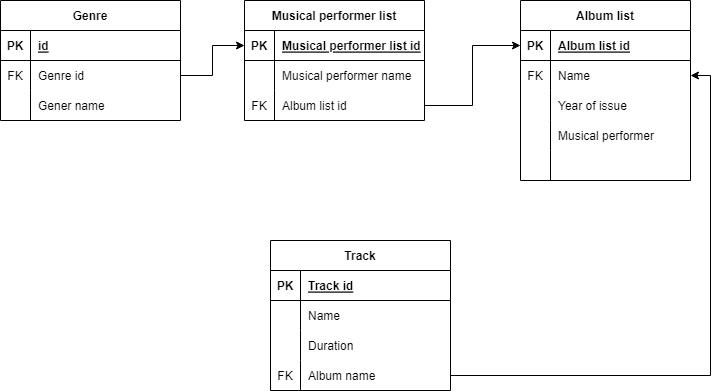
Earlier version of the draw.io export Music site.drawio.png (VadimRoziznan/Music-site). Source tidied: cells renumbered, new cells last; positions are measured from the earlier drawing's top-left corner, leaving out a move shared by most shapes.
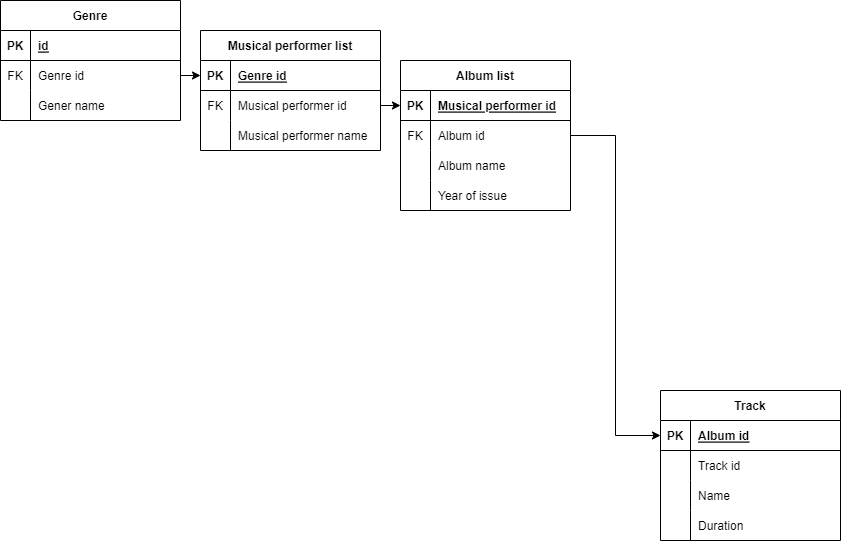
Above is the later version.

Change to the diagram source:
```diff
@@ -3,7 +3,7 @@
     <mxCell id="0" />
     <mxCell id="1" parent="0" />
     <mxCell id="2" value="Genre" style="shape=table;startSize=30;rowLines=0;fontStyle=1;align=center;" parent="1" vertex="1">
-      <mxGeometry width="180" height="120" as="geometry" />
+      <mxGeometry x="-80" width="180" height="120" as="geometry" />
     </mxCell>
     <mxCell id="3" style="shape=tableRow;horizontal=0;startSize=0;swimlaneHead=0;swimlaneBody=0;fillColor=none;top=0;left=0;right=0;bottom=1;" parent="2" vertex="1">
       <mxGeometry y="30" width="180" height="30" as="geometry" />
@@ -33,7 +33,7 @@
       <mxGeometry x="30" width="150" height="30" as="geometry" />
     </mxCell>
     <mxCell id="12" value="Musical performer list" style="shape=table;startSize=30;rowLines=0;fontStyle=1;align=center;strokeColor=default;fontFamily=Helvetica;fontSize=12;fontColor=default;fillColor=none;" parent="1" vertex="1">
-      <mxGeometry x="244" width="180" height="120" as="geometry" />
+      <mxGeometry x="120" y="30" width="180" height="120" as="geometry" />
     </mxCell>
     <mxCell id="13" style="shape=tableRow;horizontal=0;startSize=0;swimlaneHead=0;swimlaneBody=0;fillColor=none;points=[[0,0.5],[1,0.5]];portConstraint=eastwest;top=0;left=0;right=0;bottom=1;strokeColor=default;fontFamily=Helvetica;fontSize=12;fontColor=default;" parent="12" vertex="1">
       <mxGeometry y="30" width="180" height="30" as="geometry" />
@@ -41,29 +41,29 @@
     <mxCell id="14" value="PK" style="shape=partialRectangle;fillColor=none;top=0;left=0;bottom=0;right=0;fontStyle=1;overflow=hidden;strokeColor=default;fontFamily=Helvetica;fontSize=12;fontColor=default;" parent="13" vertex="1">
       <mxGeometry width="30" height="30" as="geometry" />
     </mxCell>
-    <mxCell id="15" value="Musical performer list id" style="shape=partialRectangle;fillColor=none;top=0;left=0;bottom=0;right=0;align=left;spacingLeft=6;fontStyle=5;overflow=hidden;strokeColor=default;fontFamily=Helvetica;fontSize=12;fontColor=default;" parent="13" vertex="1">
+    <mxCell id="15" value="Genre id" style="shape=partialRectangle;fillColor=none;top=0;left=0;bottom=0;right=0;align=left;spacingLeft=6;fontStyle=5;overflow=hidden;strokeColor=default;fontFamily=Helvetica;fontSize=12;fontColor=default;" parent="13" vertex="1">
       <mxGeometry x="30" width="150" height="30" as="geometry" />
     </mxCell>
     <mxCell id="16" style="shape=tableRow;horizontal=0;startSize=0;swimlaneHead=0;swimlaneBody=0;fillColor=none;points=[[0,0.5],[1,0.5]];portConstraint=eastwest;top=0;left=0;right=0;bottom=0;strokeColor=default;fontFamily=Helvetica;fontSize=12;fontColor=default;" parent="12" vertex="1">
       <mxGeometry y="60" width="180" height="30" as="geometry" />
     </mxCell>
-    <mxCell id="17" style="shape=partialRectangle;fillColor=none;top=0;left=0;bottom=0;right=0;overflow=hidden;strokeColor=default;fontFamily=Helvetica;fontSize=12;fontColor=default;" parent="16" vertex="1">
+    <mxCell id="17" value="FK" style="shape=partialRectangle;fillColor=none;top=0;left=0;bottom=0;right=0;overflow=hidden;strokeColor=default;fontFamily=Helvetica;fontSize=12;fontColor=default;" parent="16" vertex="1">
       <mxGeometry width="30" height="30" as="geometry" />
     </mxCell>
-    <mxCell id="18" value="Musical performer name" style="shape=partialRectangle;fillColor=none;top=0;left=0;bottom=0;right=0;align=left;spacingLeft=6;overflow=hidden;strokeColor=default;fontFamily=Helvetica;fontSize=12;fontColor=default;" parent="16" vertex="1">
+    <mxCell id="18" value="Musical performer id" style="shape=partialRectangle;fillColor=none;top=0;left=0;bottom=0;right=0;align=left;spacingLeft=6;overflow=hidden;strokeColor=default;fontFamily=Helvetica;fontSize=12;fontColor=default;" parent="16" vertex="1">
       <mxGeometry x="30" width="150" height="30" as="geometry" />
     </mxCell>
     <mxCell id="19" style="shape=tableRow;horizontal=0;startSize=0;swimlaneHead=0;swimlaneBody=0;fillColor=none;points=[[0,0.5],[1,0.5]];portConstraint=eastwest;top=0;left=0;right=0;bottom=0;strokeColor=default;fontFamily=Helvetica;fontSize=12;fontColor=default;" parent="12" vertex="1">
       <mxGeometry y="90" width="180" height="30" as="geometry" />
     </mxCell>
-    <mxCell id="20" value="FK" style="shape=partialRectangle;fillColor=none;top=0;left=0;bottom=0;right=0;overflow=hidden;strokeColor=default;fontFamily=Helvetica;fontSize=12;fontColor=default;" parent="19" vertex="1">
+    <mxCell id="20" style="shape=partialRectangle;fillColor=none;top=0;left=0;bottom=0;right=0;overflow=hidden;strokeColor=default;fontFamily=Helvetica;fontSize=12;fontColor=default;" parent="19" vertex="1">
       <mxGeometry width="30" height="30" as="geometry" />
     </mxCell>
-    <mxCell id="21" value="Album list id" style="shape=partialRectangle;fillColor=none;top=0;left=0;bottom=0;right=0;align=left;spacingLeft=6;overflow=hidden;strokeColor=default;fontFamily=Helvetica;fontSize=12;fontColor=default;" parent="19" vertex="1">
+    <mxCell id="21" value="Musical performer name" style="shape=partialRectangle;fillColor=none;top=0;left=0;bottom=0;right=0;align=left;spacingLeft=6;overflow=hidden;strokeColor=default;fontFamily=Helvetica;fontSize=12;fontColor=default;" parent="19" vertex="1">
       <mxGeometry x="30" width="150" height="30" as="geometry" />
     </mxCell>
     <mxCell id="22" value="Album list" style="shape=table;startSize=30;rowLines=0;fontStyle=1;align=center;strokeColor=default;fontFamily=Helvetica;fontSize=12;fontColor=default;fillColor=none;" parent="1" vertex="1">
-      <mxGeometry x="520" width="170" height="180" as="geometry" />
+      <mxGeometry x="320" y="60" width="170" height="150" as="geometry" />
     </mxCell>
     <mxCell id="23" style="shape=tableRow;horizontal=0;startSize=0;swimlaneHead=0;swimlaneBody=0;fillColor=none;points=[[0,0.5],[1,0.5]];portConstraint=eastwest;top=0;left=0;right=0;bottom=1;strokeColor=default;fontFamily=Helvetica;fontSize=12;fontColor=default;" parent="22" vertex="1">
       <mxGeometry y="30" width="170" height="30" as="geometry" />
@@ -71,7 +71,7 @@
     <mxCell id="24" value="PK" style="shape=partialRectangle;fillColor=none;top=0;left=0;bottom=0;right=0;fontStyle=1;overflow=hidden;strokeColor=default;fontFamily=Helvetica;fontSize=12;fontColor=default;" parent="23" vertex="1">
       <mxGeometry width="30" height="30" as="geometry" />
     </mxCell>
-    <mxCell id="25" value="Album list id" style="shape=partialRectangle;fillColor=none;top=0;left=0;bottom=0;right=0;align=left;spacingLeft=6;fontStyle=5;overflow=hidden;strokeColor=default;fontFamily=Helvetica;fontSize=12;fontColor=default;" parent="23" vertex="1">
+    <mxCell id="25" value="Musical performer id" style="shape=partialRectangle;fillColor=none;top=0;left=0;bottom=0;right=0;align=left;spacingLeft=6;fontStyle=5;overflow=hidden;strokeColor=default;fontFamily=Helvetica;fontSize=12;fontColor=default;" parent="23" vertex="1">
       <mxGeometry x="30" width="140" height="30" as="geometry" />
     </mxCell>
     <mxCell id="26" style="shape=tableRow;horizontal=0;startSize=0;swimlaneHead=0;swimlaneBody=0;fillColor=none;points=[[0,0.5],[1,0.5]];portConstraint=eastwest;top=0;left=0;right=0;bottom=0;strokeColor=default;fontFamily=Helvetica;fontSize=12;fontColor=default;" parent="22" vertex="1">
@@ -80,7 +80,7 @@
     <mxCell id="27" value="FK" style="shape=partialRectangle;fillColor=none;top=0;left=0;bottom=0;right=0;overflow=hidden;strokeColor=default;fontFamily=Helvetica;fontSize=12;fontColor=default;" parent="26" vertex="1">
       <mxGeometry width="30" height="30" as="geometry" />
     </mxCell>
-    <mxCell id="28" value="Name" style="shape=partialRectangle;fillColor=none;top=0;left=0;bottom=0;right=0;align=left;spacingLeft=6;overflow=hidden;strokeColor=default;fontFamily=Helvetica;fontSize=12;fontColor=default;" parent="26" vertex="1">
+    <mxCell id="28" value="Album id" style="shape=partialRectangle;fillColor=none;top=0;left=0;bottom=0;right=0;align=left;spacingLeft=6;overflow=hidden;strokeColor=default;fontFamily=Helvetica;fontSize=12;fontColor=default;" parent="26" vertex="1">
       <mxGeometry x="30" width="140" height="30" as="geometry" />
     </mxCell>
     <mxCell id="29" style="shape=tableRow;horizontal=0;startSize=0;swimlaneHead=0;swimlaneBody=0;fillColor=none;top=0;left=0;right=0;bottom=0;strokeColor=default;fontFamily=Helvetica;fontSize=12;fontColor=default;" parent="22" vertex="1">
@@ -89,7 +89,7 @@
     <mxCell id="30" style="shape=partialRectangle;fillColor=none;top=0;left=0;bottom=0;right=0;overflow=hidden;strokeColor=default;fontFamily=Helvetica;fontSize=12;fontColor=default;" parent="29" vertex="1">
       <mxGeometry width="30" height="30" as="geometry" />
     </mxCell>
-    <mxCell id="31" value="Year of issue" style="shape=partialRectangle;fillColor=none;top=0;left=0;bottom=0;right=0;align=left;spacingLeft=6;overflow=hidden;strokeColor=default;fontFamily=Helvetica;fontSize=12;fontColor=default;" parent="29" vertex="1">
+    <mxCell id="31" value="Album name" style="shape=partialRectangle;fillColor=none;top=0;left=0;bottom=0;right=0;align=left;spacingLeft=6;overflow=hidden;strokeColor=default;fontFamily=Helvetica;fontSize=12;fontColor=default;" parent="29" vertex="1">
       <mxGeometry x="30" width="140" height="30" as="geometry" />
     </mxCell>
     <mxCell id="32" style="shape=tableRow;horizontal=0;startSize=0;swimlaneHead=0;swimlaneBody=0;fillColor=none;top=0;left=0;right=0;bottom=0;strokeColor=default;fontFamily=Helvetica;fontSize=12;fontColor=default;" parent="22" vertex="1">
@@ -98,29 +98,17 @@
     <mxCell id="33" style="shape=partialRectangle;fillColor=none;top=0;left=0;bottom=0;right=0;overflow=hidden;strokeColor=default;fontFamily=Helvetica;fontSize=12;fontColor=default;" parent="32" vertex="1">
       <mxGeometry width="30" height="30" as="geometry" />
     </mxCell>
-    <mxCell id="34" value="Musical performer" style="shape=partialRectangle;fillColor=none;top=0;left=0;bottom=0;right=0;align=left;spacingLeft=6;overflow=hidden;strokeColor=default;fontFamily=Helvetica;fontSize=12;fontColor=default;" parent="32" vertex="1">
+    <mxCell id="34" value="Year of issue" style="shape=partialRectangle;fillColor=none;top=0;left=0;bottom=0;right=0;align=left;spacingLeft=6;overflow=hidden;strokeColor=default;fontFamily=Helvetica;fontSize=12;fontColor=default;" parent="32" vertex="1">
       <mxGeometry x="30" width="140" height="30" as="geometry" />
     </mxCell>
-    <mxCell id="35" style="shape=tableRow;horizontal=0;startSize=0;swimlaneHead=0;swimlaneBody=0;fillColor=none;top=0;left=0;right=0;bottom=0;strokeColor=default;fontFamily=Helvetica;fontSize=12;fontColor=default;" parent="22" vertex="1">
-      <mxGeometry y="150" width="170" height="30" as="geometry" />
-    </mxCell>
-    <mxCell id="36" style="shape=partialRectangle;fillColor=none;top=0;left=0;bottom=0;right=0;overflow=hidden;strokeColor=default;fontFamily=Helvetica;fontSize=12;fontColor=default;" parent="35" vertex="1">
-      <mxGeometry width="30" height="30" as="geometry" />
-    </mxCell>
-    <mxCell id="37" style="shape=partialRectangle;fillColor=none;top=0;left=0;bottom=0;right=0;align=left;spacingLeft=6;overflow=hidden;strokeColor=default;fontFamily=Helvetica;fontSize=12;fontColor=default;" parent="35" vertex="1">
-      <mxGeometry x="30" width="140" height="30" as="geometry" />
-    </mxCell>
-    <mxCell id="38" style="edgeStyle=orthogonalEdgeStyle;rounded=0;jettySize=auto;html=1;exitX=1;exitY=0.5;exitDx=0;exitDy=0;entryX=0;entryY=0.5;entryDx=0;entryDy=0;" parent="1" edge="1" source="x" target="13">
+    <mxCell id="38" style="edgeStyle=orthogonalEdgeStyle;rounded=0;jettySize=auto;html=1;exitX=1;exitY=0.5;exitDx=0;exitDy=0;entryX=0;entryY=0.5;entryDx=0;entryDy=0;" parent="1" edge="1" target="13">
       <mxGeometry relative="1" as="geometry" />
     </mxCell>
-    <mxCell id="39" style="edgeStyle=orthogonalEdgeStyle;rounded=0;jettySize=auto;html=1;exitX=1;exitY=0.5;exitDx=0;exitDy=0;entryX=0;entryY=0.5;entryDx=0;entryDy=0;" parent="1" edge="1" source="19" target="23">
-      <mxGeometry relative="1" as="geometry" />
-    </mxCell>
     <mxCell id="40" style="edgeStyle=orthogonalEdgeStyle;rounded=0;jettySize=auto;html=1;exitX=1;exitY=0.5;exitDx=0;exitDy=0;entryX=0;entryY=0.5;entryDx=0;entryDy=0;" parent="1" edge="1" source="6" target="13">
       <mxGeometry relative="1" as="geometry" />
     </mxCell>
     <mxCell id="41" value="Track" style="shape=table;startSize=30;rowLines=0;fontStyle=1;align=center;" parent="1" vertex="1">
-      <mxGeometry x="270" y="240" width="180" height="150" as="geometry" />
+      <mxGeometry x="580" y="390" width="180" height="150" as="geometry" />
     </mxCell>
     <mxCell id="42" style="shape=tableRow;horizontal=0;startSize=0;swimlaneHead=0;swimlaneBody=0;fillColor=none;points=[[0,0.5],[1,0.5]];portConstraint=eastwest;top=0;left=0;right=0;bottom=1;" parent="41" vertex="1">
       <mxGeometry y="30" width="180" height="30" as="geometry" />
@@ -128,7 +116,7 @@
     <mxCell id="43" value="PK" style="shape=partialRectangle;fillColor=none;top=0;left=0;bottom=0;right=0;fontStyle=1;overflow=hidden;" parent="42" vertex="1">
       <mxGeometry width="30" height="30" as="geometry" />
     </mxCell>
-    <mxCell id="44" value="Track id" style="shape=partialRectangle;fillColor=none;top=0;left=0;bottom=0;right=0;align=left;spacingLeft=6;fontStyle=5;overflow=hidden;" parent="42" vertex="1">
+    <mxCell id="44" value="Album id" style="shape=partialRectangle;fillColor=none;top=0;left=0;bottom=0;right=0;align=left;spacingLeft=6;fontStyle=5;overflow=hidden;" parent="42" vertex="1">
       <mxGeometry x="30" width="150" height="30" as="geometry" />
     </mxCell>
     <mxCell id="45" style="shape=tableRow;horizontal=0;startSize=0;swimlaneHead=0;swimlaneBody=0;fillColor=none;top=0;left=0;right=0;bottom=0;" parent="41" vertex="1">
@@ -137,7 +125,7 @@
     <mxCell id="46" style="shape=partialRectangle;fillColor=none;top=0;left=0;bottom=0;right=0;overflow=hidden;" parent="45" vertex="1">
       <mxGeometry width="30" height="30" as="geometry" />
     </mxCell>
-    <mxCell id="47" value="Name" style="shape=partialRectangle;fillColor=none;top=0;left=0;bottom=0;right=0;align=left;spacingLeft=6;overflow=hidden;" parent="45" vertex="1">
+    <mxCell id="47" value="Track id" style="shape=partialRectangle;fillColor=none;top=0;left=0;bottom=0;right=0;align=left;spacingLeft=6;overflow=hidden;" parent="45" vertex="1">
       <mxGeometry x="30" width="150" height="30" as="geometry" />
     </mxCell>
     <mxCell id="48" style="shape=tableRow;horizontal=0;startSize=0;swimlaneHead=0;swimlaneBody=0;fillColor=none;top=0;left=0;right=0;bottom=0;" parent="41" vertex="1">
@@ -146,20 +134,23 @@
     <mxCell id="49" style="shape=partialRectangle;fillColor=none;top=0;left=0;bottom=0;right=0;overflow=hidden;" parent="48" vertex="1">
       <mxGeometry width="30" height="30" as="geometry" />
     </mxCell>
-    <mxCell id="50" value="Duration" style="shape=partialRectangle;fillColor=none;top=0;left=0;bottom=0;right=0;align=left;spacingLeft=6;overflow=hidden;" parent="48" vertex="1">
+    <mxCell id="50" value="Name" style="shape=partialRectangle;fillColor=none;top=0;left=0;bottom=0;right=0;align=left;spacingLeft=6;overflow=hidden;" parent="48" vertex="1">
       <mxGeometry x="30" width="150" height="30" as="geometry" />
     </mxCell>
     <mxCell id="51" style="shape=tableRow;horizontal=0;startSize=0;swimlaneHead=0;swimlaneBody=0;fillColor=none;points=[[0,0.5],[1,0.5]];portConstraint=eastwest;top=0;left=0;right=0;bottom=0;" parent="41" vertex="1">
       <mxGeometry y="120" width="180" height="30" as="geometry" />
     </mxCell>
-    <mxCell id="52" value="FK" style="shape=partialRectangle;fillColor=none;top=0;left=0;bottom=0;right=0;overflow=hidden;" parent="51" vertex="1">
+    <mxCell id="52" style="shape=partialRectangle;fillColor=none;top=0;left=0;bottom=0;right=0;overflow=hidden;" parent="51" vertex="1">
       <mxGeometry width="30" height="30" as="geometry" />
     </mxCell>
-    <mxCell id="53" value="Album name" style="shape=partialRectangle;fillColor=none;top=0;left=0;bottom=0;right=0;align=left;spacingLeft=6;overflow=hidden;" parent="51" vertex="1">
+    <mxCell id="53" value="Duration" style="shape=partialRectangle;fillColor=none;top=0;left=0;bottom=0;right=0;align=left;spacingLeft=6;overflow=hidden;" parent="51" vertex="1">
       <mxGeometry x="30" width="150" height="30" as="geometry" />
     </mxCell>
-    <mxCell id="54" style="edgeStyle=orthogonalEdgeStyle;rounded=0;jettySize=auto;html=1;exitX=1;exitY=0.5;exitDx=0;exitDy=0;entryX=1;entryY=0.5;entryDx=0;entryDy=0;" parent="1" edge="1" source="51" target="26">
-      <mxGeometry relative="1" as="geometry" />
-    </mxCell>
+    <mxCell id="55" style="edgeStyle=orthogonalEdgeStyle;rounded=0;jettySize=auto;html=1;exitX=1;exitY=0.5;exitDx=0;exitDy=0;entryX=0;entryY=0.5;entryDx=0;entryDy=0;" parent="1" edge="1" source="16" target="23">
+      <mxGeometry relative="1" as="geometry" />
+    </mxCell>
+    <mxCell id="56" style="edgeStyle=orthogonalEdgeStyle;rounded=0;jettySize=auto;html=1;exitX=1;exitY=0.5;exitDx=0;exitDy=0;entryX=0;entryY=0.5;entryDx=0;entryDy=0;" parent="1" edge="1" source="26" target="42">
+      <mxGeometry relative="1" as="geometry" />
+    </mxCell>
   </root>
 </mxGraphModel>
```
